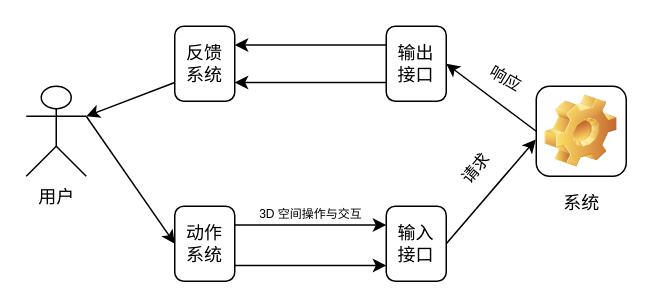
Earlier version of the draw.io diagram page "人机交互流程图" (8 of 8) of 毕业设计/毕业设计.drawio (bosombaby/draw-store). Source tidied: cells renumbered, new cells numbered last; positions are measured from the earlier drawing's top-left corner, leaving out a move shared by most shapes. Both pictures are drawn from the tidied source at 150%, with x=0, y=0 at pixel (26, 26).
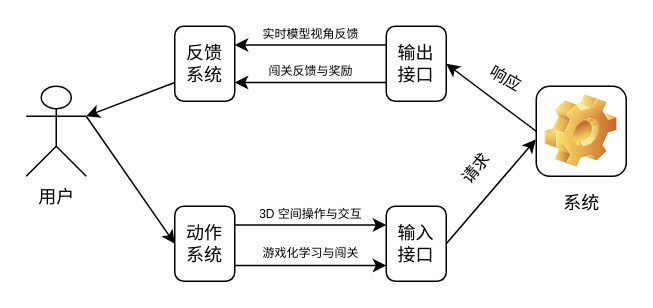
The same diagram, later.

Commit message (it also covers changes not shown here):
更新毕业设计.drawio

The edit, as a diff of the source:
```diff
@@
+    <mxCell id="19" value="&lt;font style=&quot;font-size: 8px;&quot;&gt;游戏化学习与闯关&lt;/font&gt;" style="text;html=1;align=center;verticalAlign=middle;whiteSpace=wrap;rounded=0;fontFamily=Helvetica;fontSize=8;fontColor=default;labelBackgroundColor=default;" parent="1" vertex="1">
+      <mxGeometry x="150" y="146" width="80" height="10" as="geometry" />
+    </mxCell>
+    <mxCell id="20" value="&lt;font style=&quot;font-size: 8px;&quot;&gt;实时模型视角反馈&lt;/font&gt;" style="text;html=1;align=center;verticalAlign=middle;whiteSpace=wrap;rounded=0;fontFamily=Helvetica;fontSize=8;fontColor=default;labelBackgroundColor=default;" parent="1" vertex="1">
+      <mxGeometry x="150" width="80" height="10" as="geometry" />
+    </mxCell>
+    <mxCell id="21" value="&lt;span style=&quot;font-size: 8px;&quot;&gt;闯关反馈与奖励&lt;/span&gt;" style="text;html=1;align=center;verticalAlign=middle;whiteSpace=wrap;rounded=0;fontFamily=Helvetica;fontSize=7;fontColor=default;labelBackgroundColor=default;" parent="1" vertex="1">
+      <mxGeometry x="150" y="25" width="80" height="10" as="geometry" />
+    </mxCell>
```
